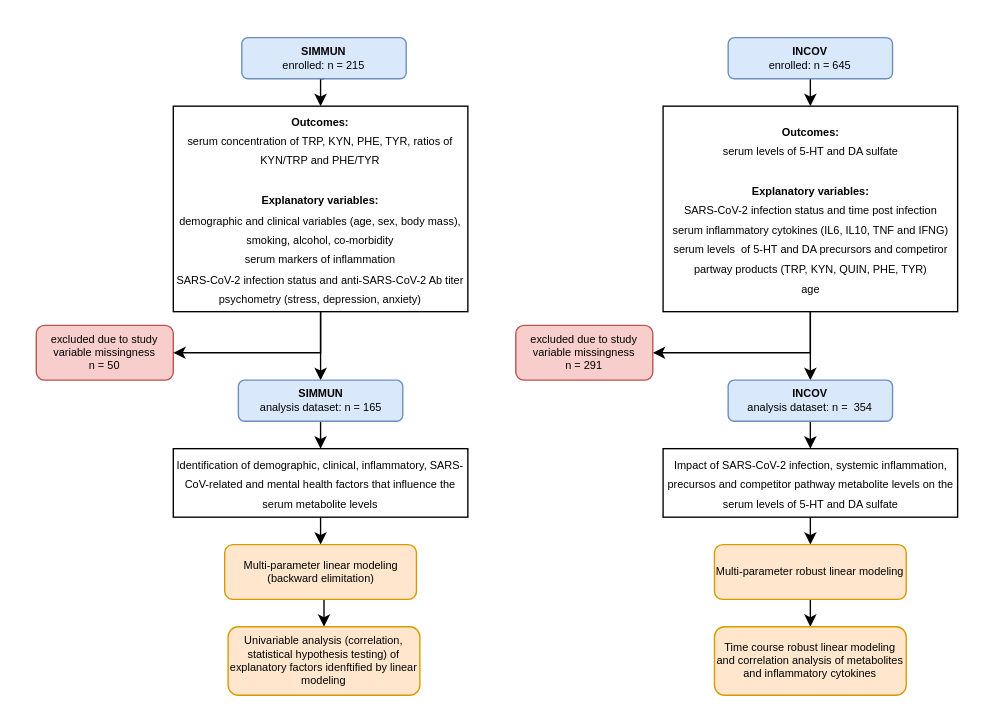
This is schemes/inclusion.drawio from PiotrTymoszuk/simmun, a draw.io file, before an edit. Source tidied: cells renumbered, new cells numbered last; positions are measured from the earlier drawing's top-left corner, leaving out a move shared by most shapes. Both pictures are drawn from the tidied source at 137%, with x=0, y=0 at pixel (36, 37).
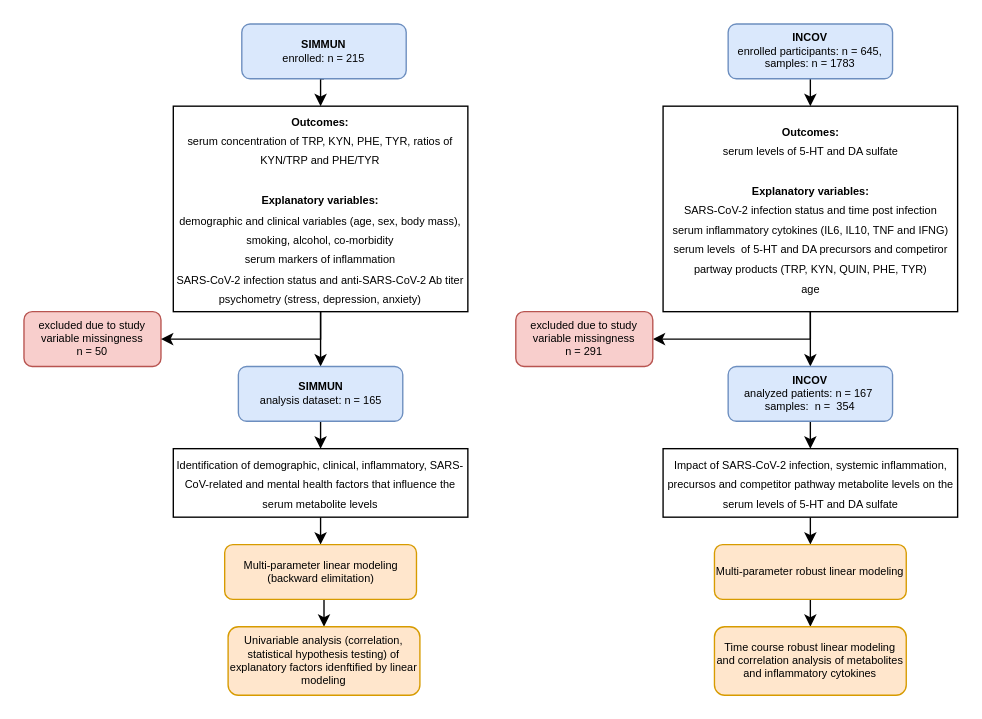
The same diagram, later.

The change refers to these unchanged cells:
```xml
<mxCell id="7" value="&lt;font style=&quot;font-size: 8px;&quot;&gt;&lt;b style=&quot;border-color: var(--border-color);&quot;&gt;Outcomes:&lt;/b&gt;&lt;br style=&quot;border-color: var(--border-color);&quot;&gt;serum concentration of TRP, KYN, PHE, TYR, ratios of KYN/TRP and PHE/TYR&lt;br style=&quot;border-color: var(--border-color);&quot;&gt;&lt;br style=&quot;border-color: var(--border-color);&quot;&gt;&lt;b style=&quot;border-color: var(--border-color);&quot;&gt;Explanatory variables:&lt;br style=&quot;border-color: var(--border-color);&quot;&gt;&lt;/b&gt;demographic and clinical variables (age, sex, body mass), smoking, alcohol, co-morbidity&lt;br style=&quot;border-color: var(--border-color);&quot;&gt;serum markers of inflammation&lt;br style=&quot;border-color: var(--border-color);&quot;&gt;SARS-CoV-2 infection status and anti-SARS-CoV-2 Ab titer&lt;br style=&quot;border-color: var(--border-color);&quot;&gt;psychometry (stress, depression, anxiety)&lt;/font&gt;" style="rounded=0;whiteSpace=wrap;html=1;" parent="1" vertex="1">
  <mxGeometry x="100" y="50" width="215" height="150" as="geometry" />
</mxCell>
```

Diff of the diagram source:
```diff
@@
     <mxCell id="3" value="SIMMUN&lt;br&gt;&lt;span style=&quot;font-weight: normal;&quot;&gt;enrolled: n = 215&lt;/span&gt;" style="rounded=1;whiteSpace=wrap;html=1;fontStyle=1;fontSize=8;fillColor=#dae8fc;strokeColor=#6c8ebf;" parent="1" vertex="1">
-      <mxGeometry x="150" width="120" height="30" as="geometry" />
+      <mxGeometry x="150" y="-10" width="120" height="40" as="geometry" />
     </mxCell>
     <mxCell id="4" value="excluded due to study variable missingness&lt;br&gt;n = 50" style="rounded=1;whiteSpace=wrap;html=1;fontSize=8;fillColor=#f8cecc;strokeColor=#b85450;" parent="1" vertex="1">
-      <mxGeometry y="210" width="100" height="40" as="geometry" />
+      <mxGeometry x="-9" y="200" width="100" height="40" as="geometry" />
     </mxCell>
@@
     <mxCell id="6" style="edgeStyle=orthogonalEdgeStyle;rounded=0;jettySize=auto;html=1;exitX=0.5;exitY=1;exitDx=0;exitDy=0;entryX=1;entryY=0.5;entryDx=0;entryDy=0;" parent="1" edge="1" source="7" target="4">
       <mxGeometry relative="1" as="geometry">
         <Array as="points">
-          <mxPoint x="207" y="230" />
+          <mxPoint x="208" y="220" />
         </Array>
       </mxGeometry>
     </mxCell>
@@
     <mxCell id="9" value="SIMMUN&lt;br&gt;&lt;span style=&quot;font-weight: normal;&quot;&gt;analysis dataset: n = 165&lt;/span&gt;" style="rounded=1;whiteSpace=wrap;html=1;fontStyle=1;fontSize=8;fillColor=#dae8fc;strokeColor=#6c8ebf;" parent="1" vertex="1">
-      <mxGeometry x="147.5" y="250" width="120" height="30" as="geometry" />
+      <mxGeometry x="147.5" y="240" width="120" height="40" as="geometry" />
     </mxCell>
@@
-    <mxCell id="16" value="INCOV&lt;br&gt;&lt;span style=&quot;font-weight: normal;&quot;&gt;enrolled: n = 645&lt;/span&gt;" style="rounded=1;whiteSpace=wrap;html=1;fontStyle=1;fontSize=8;fillColor=#dae8fc;strokeColor=#6c8ebf;" parent="1" vertex="1">
-      <mxGeometry x="505" width="120" height="30" as="geometry" />
+    <mxCell id="16" value="INCOV&lt;br&gt;&lt;span style=&quot;font-weight: 400;&quot;&gt;enrolled participants: n = 645, samples: n = 1783&lt;/span&gt;" style="rounded=1;whiteSpace=wrap;html=1;fontStyle=1;fontSize=8;fillColor=#dae8fc;strokeColor=#6c8ebf;" parent="1" vertex="1">
+      <mxGeometry x="505" y="-10" width="120" height="40" as="geometry" />
     </mxCell>
@@
-    <mxCell id="26" value="INCOV&lt;br&gt;&lt;span style=&quot;font-weight: normal;&quot;&gt;analysis dataset: n =&amp;nbsp; 354&lt;/span&gt;" style="rounded=1;whiteSpace=wrap;html=1;fontStyle=1;fontSize=8;fillColor=#dae8fc;strokeColor=#6c8ebf;" parent="1" vertex="1">
-      <mxGeometry x="505" y="250" width="120" height="30" as="geometry" />
+    <mxCell id="26" value="INCOV&lt;br&gt;&lt;span style=&quot;font-weight: normal;&quot;&gt;analyzed patients: n = 167&amp;nbsp;&lt;br&gt;samples:&amp;nbsp; n =&amp;nbsp; 354&lt;/span&gt;" style="rounded=1;whiteSpace=wrap;html=1;fontStyle=1;fontSize=8;fillColor=#dae8fc;strokeColor=#6c8ebf;" parent="1" vertex="1">
+      <mxGeometry x="505" y="240" width="120" height="40" as="geometry" />
     </mxCell>
     <mxCell id="27" value="excluded due to study variable missingness&lt;br&gt;n = 291" style="rounded=1;whiteSpace=wrap;html=1;fontSize=8;fillColor=#f8cecc;strokeColor=#b85450;" parent="1" vertex="1">
-      <mxGeometry x="350" y="210" width="100" height="40" as="geometry" />
+      <mxGeometry x="350" y="200" width="100" height="40" as="geometry" />
     </mxCell>
```
